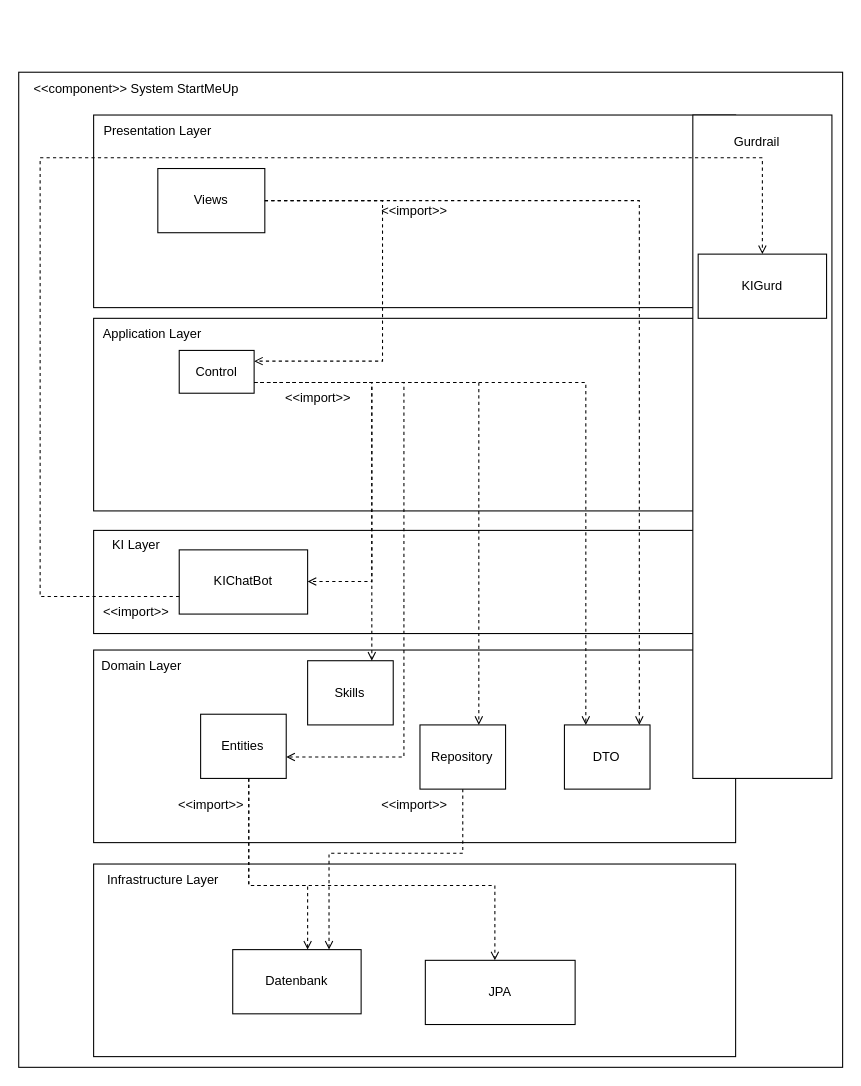
The draw.io diagram Dokumentation/Sichten-Ordner für SE2 Dashboard/BausteinSicht_v3.1_final.drawio in Bahadirgithub/Spring-Boot-Projekt-mit-DevSecOps-und-CI-CD-Pipeline, before the edit. Source tidied: cells renumbered, new cells numbered last; positions are measured from the earlier drawing's top-left corner, leaving out a move shared by most shapes. Both pictures are drawn from the tidied source at 107%, with x=0, y=0 at pixel (18, 18).
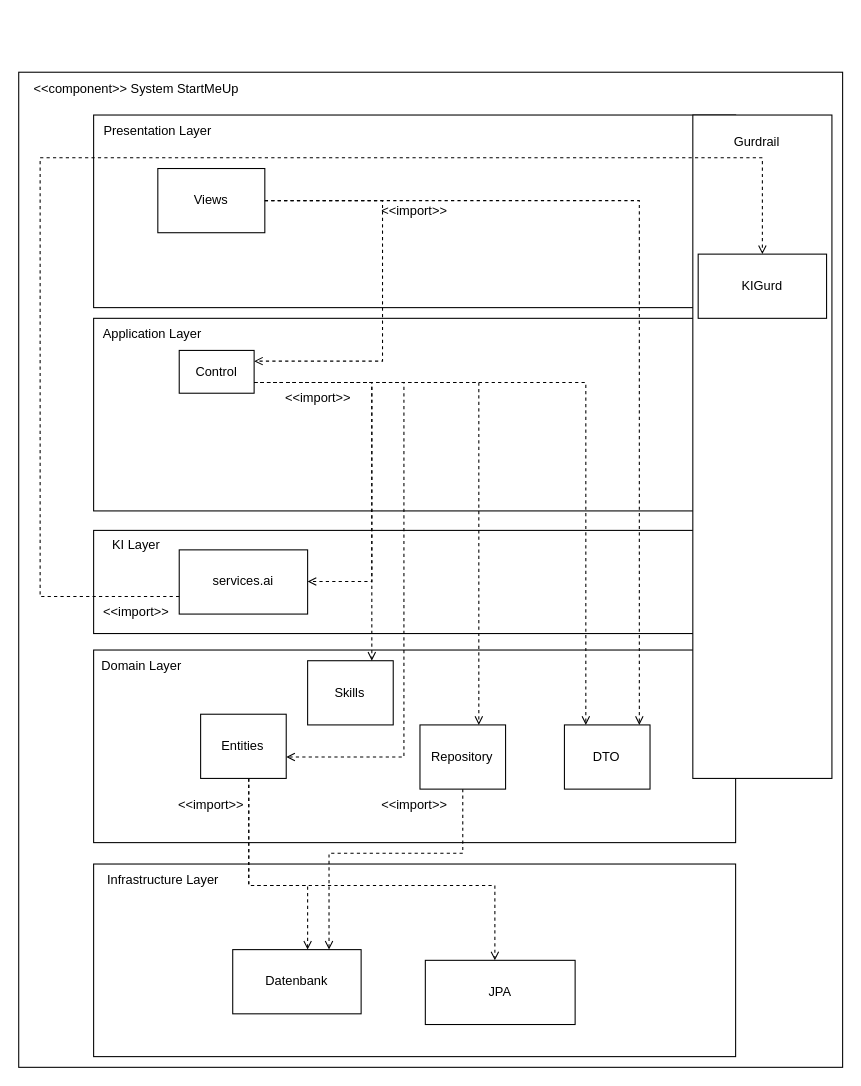
The same diagram, later.

Commit message (it also covers changes not shown here):
Kleine Korrektur bei der Bausteinsicht, wegen der Namensgebung

Unchanged cells that the change refers to:
```xml
<mxCell id="21" style="group;" parent="1" vertex="1">
  <mxGeometry x="60" y="280" width="710" height="360" as="geometry" />
</mxCell>
```

Diff of the diagram source:
```diff
@@
-    <mxCell id="26" value="&lt;div&gt;KIChatBot&lt;/div&gt;" style="rounded=0;whiteSpace=wrap;html=1;" parent="21" vertex="1">
+    <mxCell id="26" value="&lt;div&gt;services.ai&lt;/div&gt;" style="rounded=0;whiteSpace=wrap;html=1;" parent="21" vertex="1">
       <mxGeometry x="90" y="216.4" width="120" height="60" as="geometry" />
     </mxCell>
```
